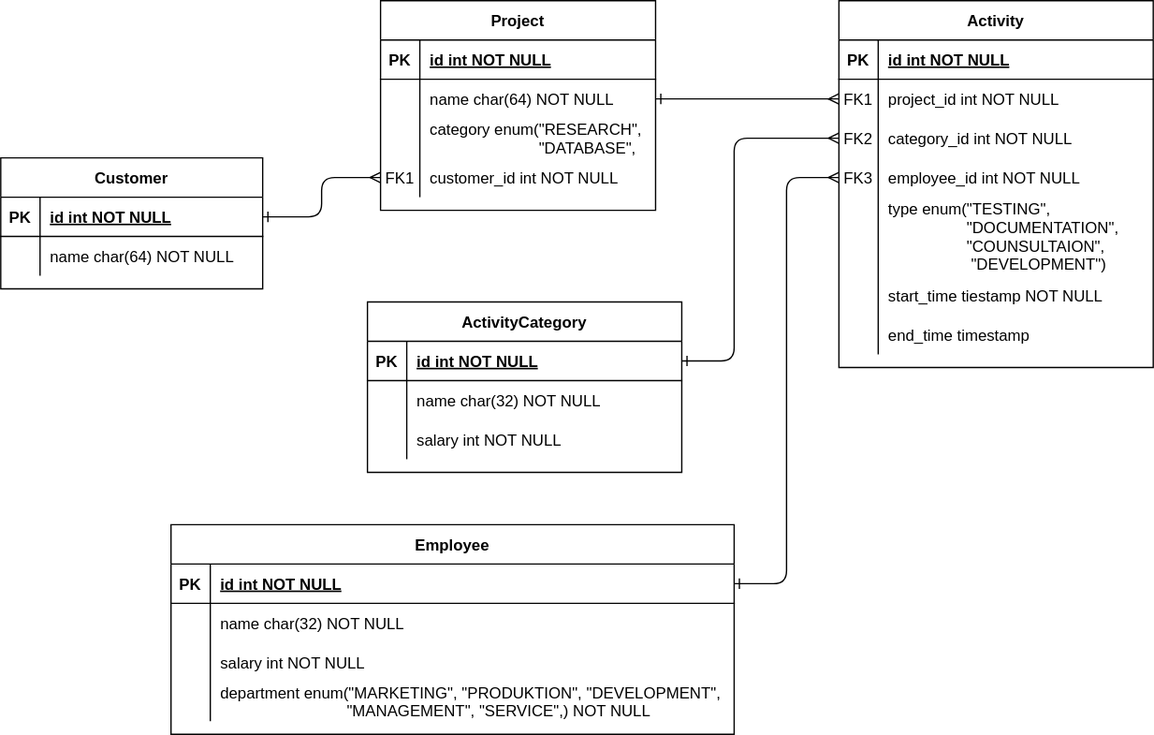
CarlKuhligk/WHZ-Project-Time-Manger keeps this draw.io diagram as doc/ERD - Simple.drawio.svg. Above is the earlier version. Source tidied: cells renumbered, new cells last; positions are measured from the earlier drawing's top-left corner, leaving out a move shared by most shapes.
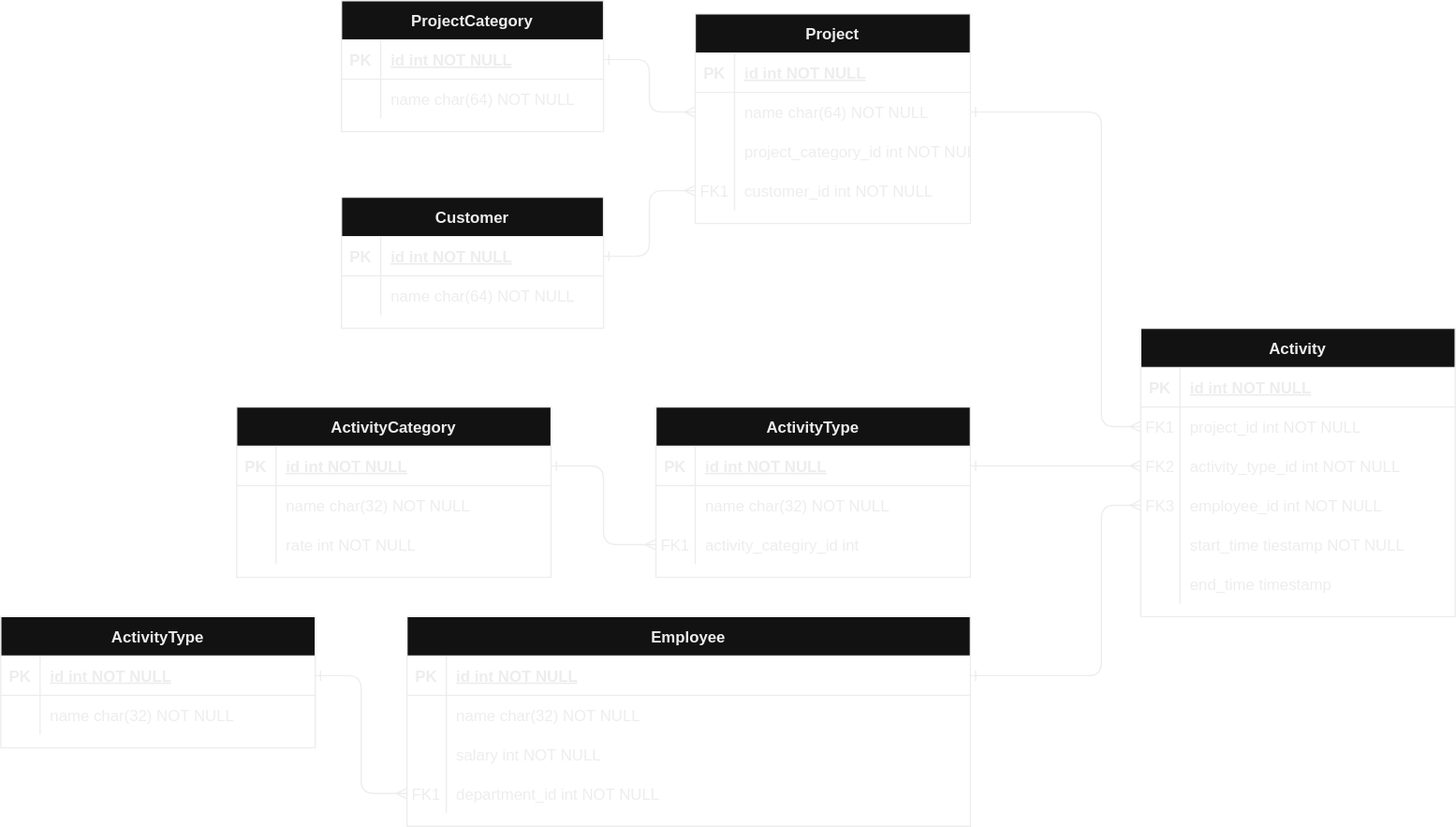
Above is the later version.

Diff of the diagram source:
```diff
@@ -3,7 +3,7 @@
     <mxCell id="0" />
     <mxCell id="1" parent="0" />
     <mxCell id="2" value="Project" style="shape=table;startSize=30;rowLines=0;fontStyle=1;align=center;" parent="1" vertex="1">
-      <mxGeometry x="290" width="210" height="160" as="geometry" />
+      <mxGeometry x="450" y="40" width="210" height="160" as="geometry" />
     </mxCell>
     <mxCell id="3" style="shape=partialRectangle;fillColor=none;top=0;left=0;right=0;bottom=1;" parent="2" vertex="1">
       <mxGeometry y="30" width="210" height="30" as="geometry" />
@@ -29,7 +29,7 @@
     <mxCell id="10" style="shape=partialRectangle;overflow=hidden;fillColor=none;top=0;left=0;bottom=0;right=0;" parent="9" vertex="1">
       <mxGeometry width="30" height="30" as="geometry" />
     </mxCell>
-    <mxCell id="11" value="category enum(&quot;RESEARCH&quot;,&#10;                         &quot;DATABASE&quot;,&#10;                          &quot;TRAINING&quot;)" style="shape=partialRectangle;overflow=hidden;fillColor=none;top=0;left=0;bottom=0;right=0;align=left;spacingLeft=6;" parent="9" vertex="1">
+    <mxCell id="11" value="project_category_id int NOT NULL" style="shape=partialRectangle;overflow=hidden;fillColor=none;top=0;left=0;bottom=0;right=0;align=left;spacingLeft=6;" parent="9" vertex="1">
       <mxGeometry x="30" width="180" height="30" as="geometry" />
     </mxCell>
     <mxCell id="12" style="shape=partialRectangle;fillColor=none;points=[[0,0.5],[1,0.5]];portConstraint=eastwest;top=0;left=0;right=0;bottom=0;" parent="2" vertex="1">
@@ -42,7 +42,7 @@
       <mxGeometry x="30" width="180" height="30" as="geometry" />
     </mxCell>
     <mxCell id="15" value="Employee" style="shape=table;startSize=30;rowLines=0;fontStyle=1;align=center;" parent="1" vertex="1">
-      <mxGeometry x="130" y="400" width="430" height="160" as="geometry" />
+      <mxGeometry x="230" y="500" width="430" height="160" as="geometry" />
     </mxCell>
     <mxCell id="16" style="shape=partialRectangle;fillColor=none;points=[[0,0.5],[1,0.5]];portConstraint=eastwest;top=0;left=0;right=0;bottom=1;" parent="15" vertex="1">
       <mxGeometry y="30" width="430" height="30" as="geometry" />
@@ -74,14 +74,14 @@
     <mxCell id="25" style="shape=partialRectangle;fillColor=none;points=[[0,0.5],[1,0.5]];portConstraint=eastwest;top=0;left=0;right=0;bottom=0;" parent="15" vertex="1">
       <mxGeometry y="120" width="430" height="30" as="geometry" />
     </mxCell>
-    <mxCell id="26" style="shape=partialRectangle;overflow=hidden;fillColor=none;top=0;left=0;bottom=0;right=0;" parent="25" vertex="1">
+    <mxCell id="26" value="FK1" style="shape=partialRectangle;overflow=hidden;fillColor=none;top=0;left=0;bottom=0;right=0;" parent="25" vertex="1">
       <mxGeometry width="30" height="30" as="geometry" />
     </mxCell>
-    <mxCell id="27" value="department enum(&quot;MARKETING&quot;, &quot;PRODUKTION&quot;, &quot;DEVELOPMENT&quot;,&#10;                             &quot;MANAGEMENT&quot;, &quot;SERVICE&quot;,) NOT NULL" style="shape=partialRectangle;overflow=hidden;fillColor=none;top=0;left=0;bottom=0;right=0;align=left;spacingLeft=6;" parent="25" vertex="1">
+    <mxCell id="27" value="department_id int NOT NULL" style="shape=partialRectangle;overflow=hidden;fillColor=none;top=0;left=0;bottom=0;right=0;align=left;spacingLeft=6;" parent="25" vertex="1">
       <mxGeometry x="30" width="400" height="30" as="geometry" />
     </mxCell>
     <mxCell id="28" value="Activity" style="shape=table;startSize=30;rowLines=0;fontStyle=1;align=center;" parent="1" vertex="1">
-      <mxGeometry x="640" width="240" height="280" as="geometry" />
+      <mxGeometry x="790" y="280" width="240" height="220" as="geometry" />
     </mxCell>
     <mxCell id="29" style="shape=partialRectangle;fillColor=none;top=0;left=0;right=0;bottom=1;" parent="28" vertex="1">
       <mxGeometry y="30" width="240" height="30" as="geometry" />
@@ -107,7 +107,7 @@
     <mxCell id="36" value="FK2" style="shape=partialRectangle;overflow=hidden;fillColor=none;top=0;left=0;bottom=0;right=0;" parent="35" vertex="1">
       <mxGeometry width="30" height="30" as="geometry" />
     </mxCell>
-    <mxCell id="37" value="category_id int NOT NULL" style="shape=partialRectangle;overflow=hidden;fillColor=none;top=0;left=0;bottom=0;right=0;align=left;spacingLeft=6;" parent="35" vertex="1">
+    <mxCell id="37" value="activity_type_id int NOT NULL" style="shape=partialRectangle;overflow=hidden;fillColor=none;top=0;left=0;bottom=0;right=0;align=left;spacingLeft=6;" parent="35" vertex="1">
       <mxGeometry x="30" width="210" height="30" as="geometry" />
     </mxCell>
     <mxCell id="38" style="shape=partialRectangle;fillColor=none;points=[[0,0.5],[1,0.5]];portConstraint=eastwest;top=0;left=0;right=0;bottom=0;" parent="28" vertex="1">
@@ -119,17 +119,8 @@
     <mxCell id="40" value="employee_id int NOT NULL" style="shape=partialRectangle;overflow=hidden;fillColor=none;top=0;left=0;bottom=0;right=0;align=left;spacingLeft=6;" parent="38" vertex="1">
       <mxGeometry x="30" width="210" height="30" as="geometry" />
     </mxCell>
-    <mxCell id="41" style="shape=partialRectangle;fillColor=none;top=0;left=0;right=0;bottom=0;" parent="28" vertex="1">
-      <mxGeometry y="150" width="240" height="60" as="geometry" />
-    </mxCell>
-    <mxCell id="42" style="shape=partialRectangle;overflow=hidden;fillColor=none;top=0;left=0;bottom=0;right=0;" parent="41" vertex="1">
-      <mxGeometry width="30" height="60" as="geometry" />
-    </mxCell>
-    <mxCell id="43" value="type enum(&quot;TESTING&quot;,&#10;                  &quot;DOCUMENTATION&quot;,&#10;                  &quot;COUNSULTAION&quot;,&#10;                   &quot;DEVELOPMENT&quot;)" style="shape=partialRectangle;overflow=hidden;fillColor=none;top=0;left=0;bottom=0;right=0;align=left;spacingLeft=6;" parent="41" vertex="1">
-      <mxGeometry x="30" width="210" height="60" as="geometry" />
-    </mxCell>
     <mxCell id="44" style="shape=partialRectangle;fillColor=none;top=0;left=0;right=0;bottom=0;" parent="28" vertex="1">
-      <mxGeometry y="210" width="240" height="30" as="geometry" />
+      <mxGeometry y="150" width="240" height="30" as="geometry" />
     </mxCell>
     <mxCell id="45" style="shape=partialRectangle;overflow=hidden;fillColor=none;top=0;left=0;bottom=0;right=0;" parent="44" vertex="1">
       <mxGeometry width="30" height="30" as="geometry" />
@@ -138,7 +129,7 @@
       <mxGeometry x="30" width="210" height="30" as="geometry" />
     </mxCell>
     <mxCell id="47" style="shape=partialRectangle;fillColor=none;top=0;left=0;right=0;bottom=0;" parent="28" vertex="1">
-      <mxGeometry y="240" width="240" height="30" as="geometry" />
+      <mxGeometry y="180" width="240" height="30" as="geometry" />
     </mxCell>
     <mxCell id="48" style="shape=partialRectangle;overflow=hidden;fillColor=none;top=0;left=0;bottom=0;right=0;" parent="47" vertex="1">
       <mxGeometry width="30" height="30" as="geometry" />
@@ -147,18 +138,15 @@
       <mxGeometry x="30" width="210" height="30" as="geometry" />
     </mxCell>
     <mxCell id="50" style="endArrow=ERmany;startArrow=ERone;endFill=0;startFill=0;edgeStyle=orthogonalEdgeStyle;rounded=1;exitX=1;exitY=0.5;exitDx=0;exitDy=0;entryX=0;entryY=0.5;entryDx=0;entryDy=0;" parent="1" edge="1" source="6" target="32">
-      <mxGeometry relative="1" as="geometry" />
+      <mxGeometry relative="1" as="geometry">
+        <Array as="points">
+          <mxPoint x="760" y="115" />
+          <mxPoint x="760" y="355" />
+        </Array>
+      </mxGeometry>
     </mxCell>
-    <mxCell id="51" style="endArrow=ERmany;startArrow=ERone;endFill=0;startFill=0;edgeStyle=orthogonalEdgeStyle;rounded=1;exitX=1;exitY=0.5;exitDx=0;exitDy=0;entryX=0;entryY=0.5;entryDx=0;entryDy=0;" parent="1" edge="1" source="16" target="38">
-      <mxGeometry relative="1" as="geometry">
-        <Array as="points">
-          <mxPoint x="600" y="445" />
-          <mxPoint x="600" y="135" />
-        </Array>
-      </mxGeometry>
-    </mxCell>
     <mxCell id="52" value="Customer" style="shape=table;startSize=30;rowLines=0;fontStyle=1;align=center;fillColor=#FFFFFF;" parent="1" vertex="1">
-      <mxGeometry y="120" width="200" height="100" as="geometry" />
+      <mxGeometry x="180" y="180" width="200" height="100" as="geometry" />
     </mxCell>
     <mxCell id="53" style="shape=partialRectangle;fillColor=none;points=[[0,0.5],[1,0.5]];portConstraint=eastwest;top=0;left=0;right=0;bottom=1;" parent="52" vertex="1">
       <mxGeometry y="30" width="200" height="30" as="geometry" />
@@ -182,7 +170,7 @@
       <mxGeometry relative="1" as="geometry" />
     </mxCell>
     <mxCell id="60" value="ActivityCategory" style="shape=table;startSize=30;rowLines=0;fontStyle=1;align=center;" parent="1" vertex="1">
-      <mxGeometry x="280" y="230" width="240" height="130" as="geometry" />
+      <mxGeometry x="100" y="340" width="240" height="130" as="geometry" />
     </mxCell>
     <mxCell id="61" style="shape=partialRectangle;fillColor=none;points=[[0,0.5],[1,0.5]];portConstraint=eastwest;top=0;left=0;right=0;bottom=1;" parent="60" vertex="1">
       <mxGeometry y="30" width="240" height="30" as="geometry" />
@@ -208,16 +196,100 @@
     <mxCell id="68" style="shape=partialRectangle;overflow=hidden;fillColor=none;top=0;left=0;bottom=0;right=0;" parent="67" vertex="1">
       <mxGeometry width="30" height="30" as="geometry" />
     </mxCell>
-    <mxCell id="69" value="salary int NOT NULL" style="shape=partialRectangle;overflow=hidden;fillColor=none;top=0;left=0;bottom=0;right=0;align=left;spacingLeft=6;" parent="67" vertex="1">
+    <mxCell id="69" value="rate int NOT NULL" style="shape=partialRectangle;overflow=hidden;fillColor=none;top=0;left=0;bottom=0;right=0;align=left;spacingLeft=6;" parent="67" vertex="1">
       <mxGeometry x="30" width="210" height="30" as="geometry" />
     </mxCell>
-    <mxCell id="70" style="endArrow=ERmany;startArrow=ERone;endFill=0;startFill=0;edgeStyle=orthogonalEdgeStyle;rounded=1;exitX=1;exitY=0.5;exitDx=0;exitDy=0;entryX=0;entryY=0.5;entryDx=0;entryDy=0;" parent="1" edge="1" source="61" target="35">
-      <mxGeometry relative="1" as="geometry">
-        <Array as="points">
-          <mxPoint x="560" y="275" />
-          <mxPoint x="560" y="105" />
-        </Array>
-      </mxGeometry>
-    </mxCell>
+    <mxCell id="71" value="ActivityType" style="shape=table;startSize=30;rowLines=0;fontStyle=1;align=center;" parent="1" vertex="1">
+      <mxGeometry x="420" y="340" width="240" height="130" as="geometry" />
+    </mxCell>
+    <mxCell id="72" style="shape=partialRectangle;fillColor=none;points=[[0,0.5],[1,0.5]];portConstraint=eastwest;top=0;left=0;right=0;bottom=1;" parent="71" vertex="1">
+      <mxGeometry y="30" width="240" height="30" as="geometry" />
+    </mxCell>
+    <mxCell id="73" value="PK" style="shape=partialRectangle;overflow=hidden;fillColor=none;top=0;left=0;bottom=0;right=0;fontStyle=1;" parent="72" vertex="1">
+      <mxGeometry width="30" height="30" as="geometry" />
+    </mxCell>
+    <mxCell id="74" value="id int NOT NULL " style="shape=partialRectangle;overflow=hidden;fillColor=none;top=0;left=0;bottom=0;right=0;align=left;spacingLeft=6;fontStyle=5;" parent="72" vertex="1">
+      <mxGeometry x="30" width="210" height="30" as="geometry" />
+    </mxCell>
+    <mxCell id="75" style="shape=partialRectangle;fillColor=none;top=0;left=0;right=0;bottom=0;" parent="71" vertex="1">
+      <mxGeometry y="60" width="240" height="30" as="geometry" />
+    </mxCell>
+    <mxCell id="76" style="shape=partialRectangle;overflow=hidden;fillColor=none;top=0;left=0;bottom=0;right=0;" parent="75" vertex="1">
+      <mxGeometry width="30" height="30" as="geometry" />
+    </mxCell>
+    <mxCell id="77" value="name char(32) NOT NULL" style="shape=partialRectangle;overflow=hidden;fillColor=none;top=0;left=0;bottom=0;right=0;align=left;spacingLeft=6;" parent="75" vertex="1">
+      <mxGeometry x="30" width="210" height="30" as="geometry" />
+    </mxCell>
+    <mxCell id="78" style="shape=partialRectangle;fillColor=none;points=[[0,0.5],[1,0.5]];portConstraint=eastwest;top=0;left=0;right=0;bottom=0;" parent="71" vertex="1">
+      <mxGeometry y="90" width="240" height="30" as="geometry" />
+    </mxCell>
+    <mxCell id="79" value="FK1" style="shape=partialRectangle;overflow=hidden;fillColor=none;top=0;left=0;bottom=0;right=0;" parent="78" vertex="1">
+      <mxGeometry width="30" height="30" as="geometry" />
+    </mxCell>
+    <mxCell id="80" value="activity_categiry_id int" style="shape=partialRectangle;overflow=hidden;fillColor=none;top=0;left=0;bottom=0;right=0;align=left;spacingLeft=6;" parent="78" vertex="1">
+      <mxGeometry x="30" width="210" height="30" as="geometry" />
+    </mxCell>
+    <mxCell id="81" value="ActivityType" style="shape=table;startSize=30;rowLines=0;fontStyle=1;align=center;" parent="1" vertex="1">
+      <mxGeometry x="-80" y="500" width="240" height="100" as="geometry" />
+    </mxCell>
+    <mxCell id="82" style="shape=partialRectangle;fillColor=none;points=[[0,0.5],[1,0.5]];portConstraint=eastwest;top=0;left=0;right=0;bottom=1;" parent="81" vertex="1">
+      <mxGeometry y="30" width="240" height="30" as="geometry" />
+    </mxCell>
+    <mxCell id="83" value="PK" style="shape=partialRectangle;overflow=hidden;fillColor=none;top=0;left=0;bottom=0;right=0;fontStyle=1;" parent="82" vertex="1">
+      <mxGeometry width="30" height="30" as="geometry" />
+    </mxCell>
+    <mxCell id="84" value="id int NOT NULL " style="shape=partialRectangle;overflow=hidden;fillColor=none;top=0;left=0;bottom=0;right=0;align=left;spacingLeft=6;fontStyle=5;" parent="82" vertex="1">
+      <mxGeometry x="30" width="210" height="30" as="geometry" />
+    </mxCell>
+    <mxCell id="85" style="shape=partialRectangle;fillColor=none;top=0;left=0;right=0;bottom=0;" parent="81" vertex="1">
+      <mxGeometry y="60" width="240" height="30" as="geometry" />
+    </mxCell>
+    <mxCell id="86" style="shape=partialRectangle;overflow=hidden;fillColor=none;top=0;left=0;bottom=0;right=0;" parent="85" vertex="1">
+      <mxGeometry width="30" height="30" as="geometry" />
+    </mxCell>
+    <mxCell id="87" value="name char(32) NOT NULL" style="shape=partialRectangle;overflow=hidden;fillColor=none;top=0;left=0;bottom=0;right=0;align=left;spacingLeft=6;" parent="85" vertex="1">
+      <mxGeometry x="30" width="210" height="30" as="geometry" />
+    </mxCell>
+    <mxCell id="88" value="ProjectCategory" style="shape=table;startSize=30;rowLines=0;fontStyle=1;align=center;fillColor=#FFFFFF;" parent="1" vertex="1">
+      <mxGeometry x="180" y="30" width="200" height="100" as="geometry" />
+    </mxCell>
+    <mxCell id="89" style="shape=partialRectangle;fillColor=none;points=[[0,0.5],[1,0.5]];portConstraint=eastwest;top=0;left=0;right=0;bottom=1;" parent="88" vertex="1">
+      <mxGeometry y="30" width="200" height="30" as="geometry" />
+    </mxCell>
+    <mxCell id="90" value="PK" style="shape=partialRectangle;overflow=hidden;fillColor=none;top=0;left=0;bottom=0;right=0;fontStyle=1;" parent="89" vertex="1">
+      <mxGeometry width="30" height="30" as="geometry" />
+    </mxCell>
+    <mxCell id="91" value="id int NOT NULL " style="shape=partialRectangle;overflow=hidden;fillColor=none;top=0;left=0;bottom=0;right=0;align=left;spacingLeft=6;fontStyle=5;" parent="89" vertex="1">
+      <mxGeometry x="30" width="170" height="30" as="geometry" />
+    </mxCell>
+    <mxCell id="92" style="shape=partialRectangle;fillColor=none;top=0;left=0;right=0;bottom=0;" parent="88" vertex="1">
+      <mxGeometry y="60" width="200" height="30" as="geometry" />
+    </mxCell>
+    <mxCell id="93" style="shape=partialRectangle;overflow=hidden;fillColor=none;top=0;left=0;bottom=0;right=0;" parent="92" vertex="1">
+      <mxGeometry width="30" height="30" as="geometry" />
+    </mxCell>
+    <mxCell id="94" value="name char(64) NOT NULL" style="shape=partialRectangle;overflow=hidden;fillColor=none;top=0;left=0;bottom=0;right=0;align=left;spacingLeft=6;" parent="92" vertex="1">
+      <mxGeometry x="30" width="170" height="30" as="geometry" />
+    </mxCell>
+    <mxCell id="95" style="endArrow=ERmany;startArrow=ERone;endFill=0;startFill=0;edgeStyle=orthogonalEdgeStyle;rounded=1;exitX=1;exitY=0.5;exitDx=0;exitDy=0;entryX=0;entryY=0.5;entryDx=0;entryDy=0;" parent="1" edge="1" source="89" target="6">
+      <mxGeometry relative="1" as="geometry" />
+    </mxCell>
+    <mxCell id="96" style="endArrow=ERmany;startArrow=ERone;endFill=0;startFill=0;edgeStyle=orthogonalEdgeStyle;rounded=1;exitX=1;exitY=0.5;exitDx=0;exitDy=0;entryX=0;entryY=0.5;entryDx=0;entryDy=0;" parent="1" edge="1" source="72" target="35">
+      <mxGeometry relative="1" as="geometry" />
+    </mxCell>
+    <mxCell id="97" style="endArrow=ERmany;startArrow=ERone;endFill=0;startFill=0;edgeStyle=orthogonalEdgeStyle;rounded=1;exitX=1;exitY=0.5;exitDx=0;exitDy=0;entryX=0;entryY=0.5;entryDx=0;entryDy=0;" parent="1" edge="1" source="61" target="78">
+      <mxGeometry relative="1" as="geometry" />
+    </mxCell>
+    <mxCell id="51" style="endArrow=ERmany;startArrow=ERone;endFill=0;startFill=0;edgeStyle=orthogonalEdgeStyle;rounded=1;exitX=1;exitY=0.5;exitDx=0;exitDy=0;entryX=0;entryY=0.5;entryDx=0;entryDy=0;" parent="1" edge="1" source="16" target="38">
+      <mxGeometry relative="1" as="geometry">
+        <Array as="points">
+          <mxPoint x="760" y="545" />
+          <mxPoint x="760" y="415" />
+        </Array>
+      </mxGeometry>
+    </mxCell>
+    <mxCell id="98" style="endArrow=ERmany;startArrow=ERone;endFill=0;startFill=0;edgeStyle=orthogonalEdgeStyle;rounded=1;exitX=1;exitY=0.5;exitDx=0;exitDy=0;entryX=0;entryY=0.5;entryDx=0;entryDy=0;" parent="1" edge="1" source="82" target="25">
+      <mxGeometry relative="1" as="geometry" />
+    </mxCell>
   </root>
 </mxGraphModel>
```
